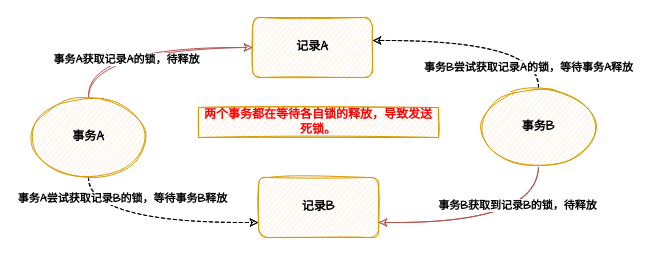
Before: diagrams_相关草图/死锁.drawio in rainforests719/csharp.learning.growth.path, a draw.io diagram. Source tidied: cells renumbered, new cells numbered last; positions are measured from the earlier drawing's top-left corner, leaving out a move shared by most shapes. Both pictures are drawn from the tidied source at 100%, with x=0, y=0 at pixel (28, 17).
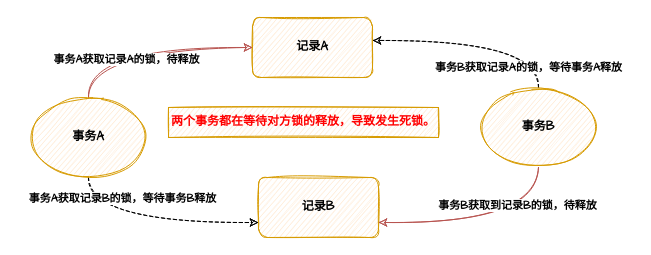
The same diagram, later.

Diff of the diagram source:
```diff
@@
 <mxGraphModel>
   <root>
     <mxCell id="0" />
     <mxCell id="1" parent="0" />
     <mxCell id="2" value="记录B" style="rounded=1;whiteSpace=wrap;html=1;fillColor=#ffe6cc;strokeColor=#d79b00;sketch=1;fontStyle=1;fontFamily=Comic Sans MS;" parent="1" vertex="1">
       <mxGeometry x="230" y="160" width="120" height="60" as="geometry" />
     </mxCell>
     <mxCell id="3" value="记录A" style="rounded=1;whiteSpace=wrap;html=1;fillColor=#ffe6cc;strokeColor=#d79b00;sketch=1;fontStyle=1;fontFamily=Comic Sans MS;" parent="1" vertex="1">
       <mxGeometry x="224" width="120" height="60" as="geometry" />
     </mxCell>
     <mxCell id="4" style="edgeStyle=orthogonalEdgeStyle;curved=1;rounded=0;sketch=1;jettySize=auto;html=1;entryX=0;entryY=0.5;entryDx=0;entryDy=0;fontFamily=Comic Sans MS;fillColor=#f8cecc;strokeColor=#b85450;" parent="1" edge="1" target="3">
       <mxGeometry relative="1" as="geometry">
         <mxPoint x="60" y="80" as="sourcePoint" />
         <Array as="points">
           <mxPoint x="60" y="30" />
         </Array>
       </mxGeometry>
     </mxCell>
     <mxCell id="5" value="&lt;b&gt;事务A获取记录A的锁&lt;/b&gt;&lt;b&gt;，待释放&lt;/b&gt;" style="edgeLabel;html=1;align=center;verticalAlign=middle;fontFamily=Comic Sans MS;" parent="4" vertex="1">
       <mxGeometry x="-0.2" y="-11" relative="1" as="geometry">
         <mxPoint x="1" as="offset" />
       </mxGeometry>
     </mxCell>
     <mxCell id="6" style="edgeStyle=orthogonalEdgeStyle;curved=1;rounded=0;sketch=1;jettySize=auto;html=1;exitX=0.5;exitY=1;exitDx=0;exitDy=0;entryX=0;entryY=0.75;entryDx=0;entryDy=0;fontFamily=Comic Sans MS;dashed=1;" parent="1" edge="1" source="8" target="2">
       <mxGeometry relative="1" as="geometry" />
     </mxCell>
-    <mxCell id="7" value="&lt;b&gt;事务A尝试获取记录B的锁，等待事务B释放&lt;/b&gt;" style="edgeLabel;html=1;align=center;verticalAlign=middle;fontFamily=Comic Sans MS;" parent="6" vertex="1">
+    <mxCell id="7" value="&lt;b&gt;事务A获取记录B的锁，等待事务B释放&lt;/b&gt;" style="edgeLabel;html=1;align=center;verticalAlign=middle;fontFamily=Comic Sans MS;" parent="6" vertex="1">
       <mxGeometry x="0.01" y="7" relative="1" as="geometry">
         <mxPoint x="-31" y="-18" as="offset" />
       </mxGeometry>
     </mxCell>
     <mxCell id="8" value="事务A" style="ellipse;whiteSpace=wrap;html=1;fillColor=#ffe6cc;strokeColor=#d79b00;sketch=1;fontStyle=1;fontFamily=Comic Sans MS;" parent="1" vertex="1">
       <mxGeometry y="80" width="120" height="80" as="geometry" />
     </mxCell>
     <mxCell id="9" style="edgeStyle=orthogonalEdgeStyle;rounded=0;jettySize=auto;html=1;exitX=0.5;exitY=1;exitDx=0;exitDy=0;entryX=1;entryY=0.75;entryDx=0;entryDy=0;fontFamily=Comic Sans MS;sketch=1;curved=1;fillColor=#f8cecc;strokeColor=#b85450;" parent="1" edge="1" source="13" target="2">
       <mxGeometry relative="1" as="geometry" />
     </mxCell>
     <mxCell id="10" value="&lt;b&gt;事务B获取到记录B的锁，待释放&lt;/b&gt;" style="edgeLabel;html=1;align=center;verticalAlign=middle;fontFamily=Comic Sans MS;" parent="9" vertex="1">
       <mxGeometry x="-0.28" y="-18" relative="1" as="geometry" />
     </mxCell>
     <mxCell id="11" style="edgeStyle=orthogonalEdgeStyle;curved=1;rounded=0;sketch=1;jettySize=auto;html=1;exitX=0.5;exitY=0;exitDx=0;exitDy=0;entryX=1;entryY=0.383;entryDx=0;entryDy=0;entryPerimeter=0;fontFamily=Comic Sans MS;dashed=1;" parent="1" edge="1" source="13" target="3">
       <mxGeometry relative="1" as="geometry" />
     </mxCell>
-    <mxCell id="12" value="事务B尝试获取记录A的锁，等待事务A释放" style="edgeLabel;html=1;align=center;verticalAlign=middle;fontFamily=Comic Sans MS;fontStyle=1;" parent="11" vertex="1">
+    <mxCell id="12" value="事务B获取记录A的锁，等待事务A释放" style="edgeLabel;html=1;align=center;verticalAlign=middle;fontFamily=Comic Sans MS;fontStyle=1;" parent="11" vertex="1">
       <mxGeometry x="-0.09" y="10" relative="1" as="geometry">
         <mxPoint x="40" y="17" as="offset" />
       </mxGeometry>
     </mxCell>
     <mxCell id="13" value="事务B" style="ellipse;whiteSpace=wrap;html=1;fillColor=#ffe6cc;strokeColor=#d79b00;sketch=1;fontStyle=1;fontFamily=Comic Sans MS;" parent="1" vertex="1">
       <mxGeometry x="450" y="70" width="120" height="80" as="geometry" />
     </mxCell>
-    <mxCell id="14" value="两个事务都在等待各自锁的释放，导致发送死锁。" style="text;html=1;strokeColor=#d79b00;fillColor=#ffe6cc;align=center;verticalAlign=middle;whiteSpace=wrap;rounded=0;sketch=1;fontFamily=Comic Sans MS;fontStyle=1;fontColor=#FF0000;" parent="1" vertex="1">
-      <mxGeometry x="170" y="90" width="240" height="30" as="geometry" />
+    <mxCell id="14" value="两个事务都在等待对方锁的释放，导致发生死锁。" style="text;html=1;strokeColor=#d79b00;fillColor=#ffe6cc;align=center;verticalAlign=middle;whiteSpace=wrap;rounded=0;sketch=1;fontFamily=Comic Sans MS;fontStyle=1;fontColor=#FF0000;" parent="1" vertex="1">
+      <mxGeometry x="140" y="90" width="270" height="30" as="geometry" />
     </mxCell>
   </root>
 </mxGraphModel>
```
